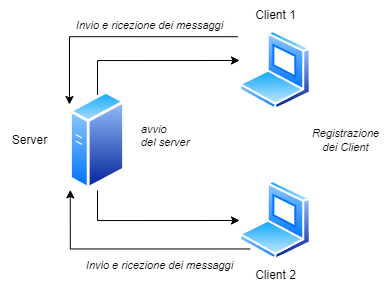
Earlier version of the draw.io export chat-client-server.drawio.png (elisayan/Chat-ClientServer-TCP). Source tidied: cells renumbered, new cells last; positions are measured from the earlier drawing's top-left corner, leaving out a move shared by most shapes.
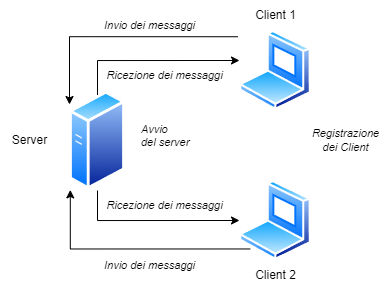
After the change.

Diff of the diagram source:
```diff
@@ -51,14 +51,20 @@
     <mxCell id="12" value="&lt;div style=&quot;font-size: 11px;&quot;&gt;&lt;font style=&quot;font-size: 11px;&quot;&gt;&lt;span style=&quot;background-color: initial;&quot;&gt;Registrazione&lt;/span&gt;&lt;br style=&quot;&quot;&gt;&lt;/font&gt;&lt;/div&gt;&lt;div style=&quot;font-size: 11px;&quot;&gt;&lt;font style=&quot;font-size: 11px;&quot;&gt;dei Client&lt;/font&gt;&lt;/div&gt;" style="text;html=1;align=center;verticalAlign=middle;strokeColor=none;fillColor=none;fontStyle=2;fontSize=10;" parent="1" vertex="1">
       <mxGeometry x="301" y="120" width="90" height="40" as="geometry" />
     </mxCell>
-    <mxCell id="13" value="&lt;font style=&quot;font-size: 11px;&quot;&gt;Invio e ricezione dei messaggi&lt;/font&gt;" style="text;html=1;align=center;verticalAlign=middle;strokeColor=none;fillColor=none;fontStyle=2;fontSize=10;" parent="1" vertex="1">
-      <mxGeometry x="65" y="10" width="170" height="30" as="geometry" />
+    <mxCell id="13" value="&lt;font style=&quot;font-size: 11px;&quot;&gt;Invio dei messaggi&lt;/font&gt;" style="text;html=1;align=center;verticalAlign=middle;strokeColor=none;fillColor=none;fontStyle=2;fontSize=10;" parent="1" vertex="1">
+      <mxGeometry x="95" y="10" width="110" height="30" as="geometry" />
     </mxCell>
-    <mxCell id="14" value="&lt;font style=&quot;font-size: 11px;&quot;&gt;Invio e ricezione dei messaggi&lt;/font&gt;" style="text;html=1;align=center;verticalAlign=middle;strokeColor=none;fillColor=none;fontStyle=2;fontSize=10;" parent="1" vertex="1">
-      <mxGeometry x="75" y="250" width="170" height="30" as="geometry" />
-    </mxCell>
-    <mxCell id="15" value="&lt;font style=&quot;font-size: 11px;&quot;&gt;&lt;i style=&quot;&quot;&gt;avvio&amp;nbsp;&lt;/i&gt;&lt;/font&gt;&lt;div style=&quot;font-size: 11px;&quot;&gt;&lt;i style=&quot;&quot;&gt;&lt;font style=&quot;font-size: 11px;&quot;&gt;del server&lt;/font&gt;&lt;/i&gt;&lt;/div&gt;" style="text;html=1;align=left;verticalAlign=middle;strokeColor=none;fillColor=none;" parent="1" vertex="1">
+    <mxCell id="15" value="&lt;font style=&quot;font-size: 11px;&quot;&gt;&lt;i style=&quot;&quot;&gt;Avvio&amp;nbsp;&lt;/i&gt;&lt;/font&gt;&lt;div style=&quot;font-size: 11px;&quot;&gt;&lt;i style=&quot;&quot;&gt;&lt;font style=&quot;font-size: 11px;&quot;&gt;del server&lt;/font&gt;&lt;/i&gt;&lt;/div&gt;" style="text;html=1;align=left;verticalAlign=middle;strokeColor=none;fillColor=none;" parent="1" vertex="1">
       <mxGeometry x="140" y="115" width="70" height="40" as="geometry" />
     </mxCell>
+    <mxCell id="16" value="&lt;span style=&quot;font-style: italic;&quot;&gt;&lt;font style=&quot;font-size: 11px;&quot;&gt;Ricezione dei messaggi&lt;/font&gt;&lt;/span&gt;" style="text;html=1;align=center;verticalAlign=middle;strokeColor=none;fillColor=none;" parent="1" vertex="1">
+      <mxGeometry x="95" y="60" width="140" height="30" as="geometry" />
+    </mxCell>
+    <mxCell id="17" value="&lt;font style=&quot;font-size: 11px;&quot;&gt;Invio dei messaggi&lt;/font&gt;" style="text;html=1;align=center;verticalAlign=middle;strokeColor=none;fillColor=none;fontStyle=2;fontSize=10;" parent="1" vertex="1">
+      <mxGeometry x="95" y="250" width="110" height="30" as="geometry" />
+    </mxCell>
+    <mxCell id="18" value="&lt;span style=&quot;font-style: italic;&quot;&gt;&lt;font style=&quot;font-size: 11px;&quot;&gt;Ricezione dei messaggi&lt;/font&gt;&lt;/span&gt;" style="text;html=1;align=center;verticalAlign=middle;strokeColor=none;fillColor=none;" parent="1" vertex="1">
+      <mxGeometry x="95" y="190" width="140" height="30" as="geometry" />
+    </mxCell>
   </root>
 </mxGraphModel>
```
